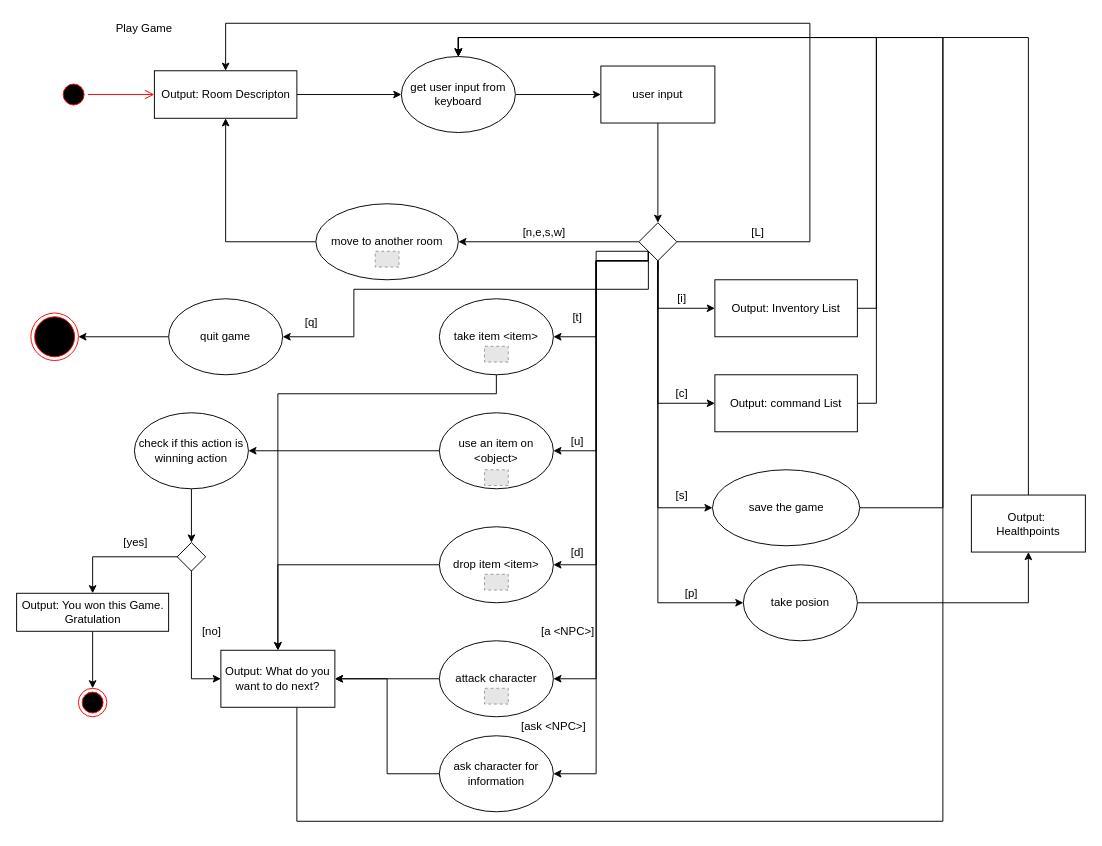
The draw.io diagram Concept/ActivityDiagram/ActivityDiagramPlayGame.drawio in sabinecelina/SDAbschlussaufgabe, before the edit. Source tidied: cells renumbered, new cells numbered last; positions are measured from the earlier drawing's top-left corner, leaving out a move shared by most shapes. Both pictures are drawn from the tidied source at 95%, with x=0, y=0 at pixel (16, 19). Pictures stored in the file or linked from it are replaced by grey dashed boxes.
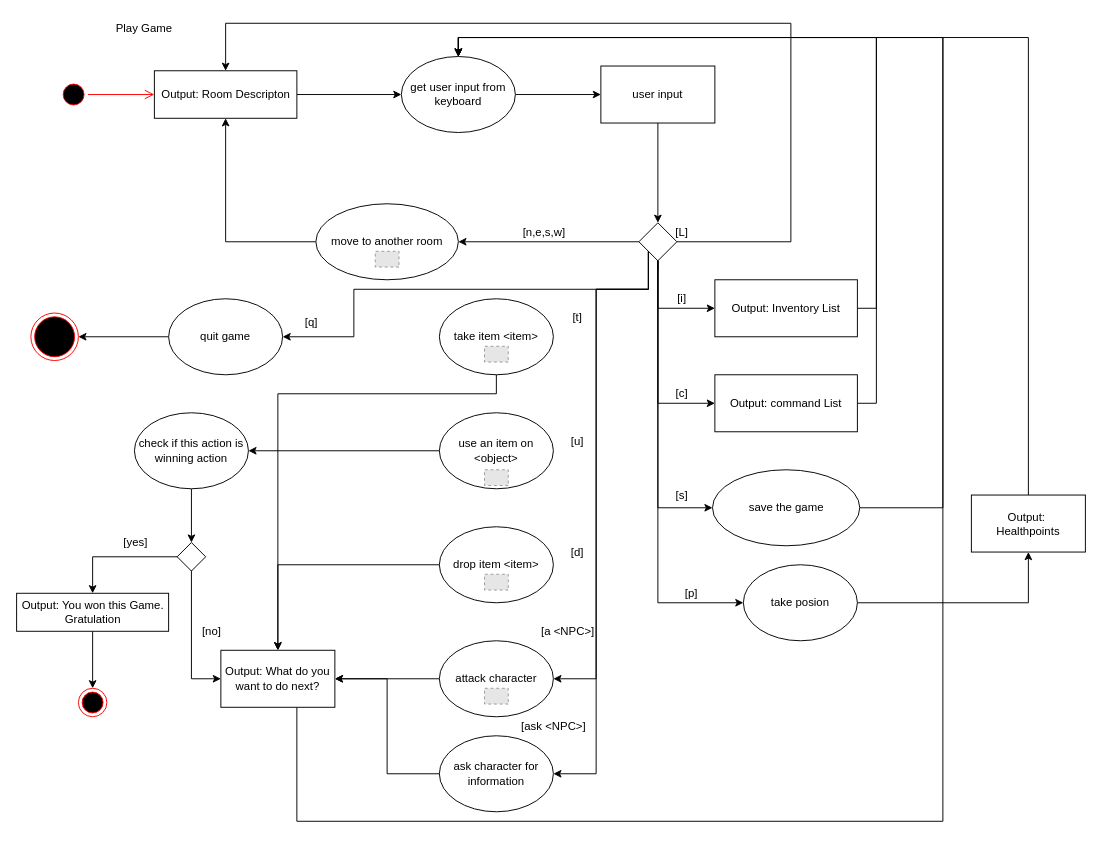
Above is the later version.

The change refers to these unchanged cells:
```xml
<mxCell id="3" value="Output: Room Descripton" style="html=1;" parent="1" vertex="1">
  <mxGeometry x="145" y="54" width="150" height="50" as="geometry" />
</mxCell>
<mxCell id="22" style="rhombus;whiteSpace=wrap;html=1;" parent="1" vertex="1">
  <mxGeometry x="655" y="214" width="40" height="40" as="geometry" />
</mxCell>
<mxCell id="33" value="take item &amp;lt;item&amp;gt;" style="ellipse;whiteSpace=wrap;html=1;" parent="1" vertex="1">
  <mxGeometry x="445" y="294" width="120" height="80" as="geometry" />
</mxCell>
<mxCell id="35" value="use an item on &amp;lt;object&amp;gt;" style="ellipse;whiteSpace=wrap;html=1;" parent="1" vertex="1">
  <mxGeometry x="445" y="414" width="120" height="80" as="geometry" />
</mxCell>
<mxCell id="37" value="drop item &amp;lt;item&amp;gt;" style="ellipse;whiteSpace=wrap;html=1;" parent="1" vertex="1">
  <mxGeometry x="445" y="534" width="120" height="80" as="geometry" />
</mxCell>
<mxCell id="39" value="attack character" style="ellipse;whiteSpace=wrap;html=1;" parent="1" vertex="1">
  <mxGeometry x="445" y="654" width="120" height="80" as="geometry" />
</mxCell>
<mxCell id="76" value="ask character for information" style="ellipse;whiteSpace=wrap;html=1;" parent="1" vertex="1">
  <mxGeometry x="445" y="754" width="120" height="80" as="geometry" />
</mxCell>
```

What changed in the source:
```diff
@@
-    <mxCell id="13" style="edgeStyle=orthogonalEdgeStyle;rounded=0;jettySize=auto;html=1;entryX=1;entryY=0.5;entryDx=0;entryDy=0;exitX=0;exitY=1;exitDx=0;exitDy=0;" parent="1" edge="1" source="22" target="33">
-      <mxGeometry relative="1" as="geometry">
-        <Array as="points">
-          <mxPoint x="665" y="254" />
-          <mxPoint x="610" y="254" />
-          <mxPoint x="610" y="334" />
-        </Array>
-      </mxGeometry>
-    </mxCell>
-    <mxCell id="14" style="edgeStyle=orthogonalEdgeStyle;rounded=0;jettySize=auto;html=1;exitX=0;exitY=1;exitDx=0;exitDy=0;entryX=1;entryY=0.5;entryDx=0;entryDy=0;" parent="1" edge="1" source="22" target="35">
-      <mxGeometry relative="1" as="geometry">
-        <Array as="points">
-          <mxPoint x="665" y="254" />
-          <mxPoint x="610" y="254" />
-          <mxPoint x="610" y="454" />
-        </Array>
-      </mxGeometry>
-    </mxCell>
-    <mxCell id="15" style="edgeStyle=orthogonalEdgeStyle;rounded=0;jettySize=auto;html=1;exitX=0;exitY=1;exitDx=0;exitDy=0;entryX=1;entryY=0.5;entryDx=0;entryDy=0;" parent="1" edge="1" source="22" target="37">
-      <mxGeometry relative="1" as="geometry">
-        <Array as="points">
-          <mxPoint x="665" y="254" />
-          <mxPoint x="610" y="254" />
-          <mxPoint x="610" y="574" />
-        </Array>
-      </mxGeometry>
-    </mxCell>
     <mxCell id="16" style="edgeStyle=orthogonalEdgeStyle;rounded=0;jettySize=auto;html=1;exitX=0;exitY=1;exitDx=0;exitDy=0;entryX=1;entryY=0.5;entryDx=0;entryDy=0;" parent="1" edge="1" source="22" target="39">
       <mxGeometry relative="1" as="geometry">
         <Array as="points">
-          <mxPoint x="665" y="254" />
-          <mxPoint x="610" y="254" />
+          <mxPoint x="665" y="284" />
+          <mxPoint x="610" y="284" />
           <mxPoint x="610" y="694" />
         </Array>
       </mxGeometry>
     </mxCell>
@@
     <mxCell id="20" style="edgeStyle=orthogonalEdgeStyle;rounded=0;jettySize=auto;html=1;exitX=0;exitY=1;exitDx=0;exitDy=0;entryX=1;entryY=0.5;entryDx=0;entryDy=0;" parent="1" edge="1" source="22" target="76">
-      <mxGeometry relative="1" as="geometry" />
+      <mxGeometry relative="1" as="geometry">
+        <Array as="points">
+          <mxPoint x="665" y="284" />
+          <mxPoint x="610" y="284" />
+          <mxPoint x="610" y="794" />
+        </Array>
+      </mxGeometry>
     </mxCell>
     <mxCell id="21" style="edgeStyle=orthogonalEdgeStyle;rounded=0;jettySize=auto;html=1;exitX=1;exitY=0.5;exitDx=0;exitDy=0;entryX=0.5;entryY=0;entryDx=0;entryDy=0;" parent="1" edge="1" source="22" target="3">
       <mxGeometry relative="1" as="geometry">
         <Array as="points">
-          <mxPoint x="835" y="234" />
-          <mxPoint x="835" y="4" />
+          <mxPoint x="815" y="234" />
+          <mxPoint x="815" y="4" />
           <mxPoint x="220" y="4" />
         </Array>
       </mxGeometry>
     </mxCell>
@@
     <mxCell id="23" value="[L]" style="text;html=1;align=center;verticalAlign=middle;" parent="1" vertex="1">
-      <mxGeometry x="765" y="214" width="30" height="20" as="geometry" />
+      <mxGeometry x="685" y="214" width="30" height="20" as="geometry" />
     </mxCell>
```
